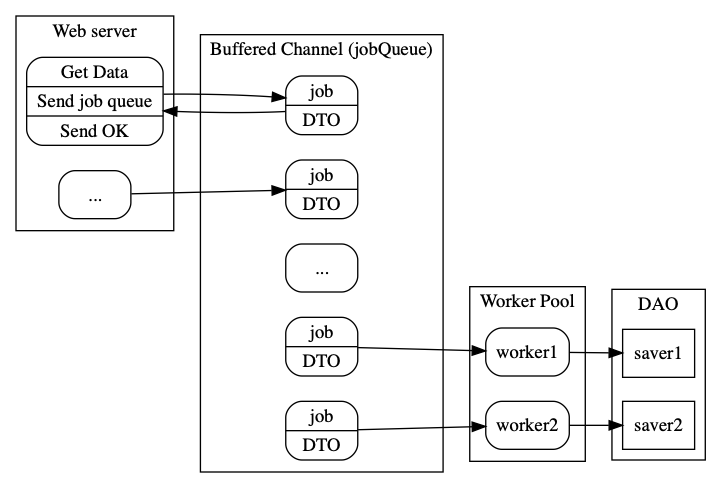
This is doc/assets/worker.png from owulveryck/api-repository, a Graphviz export, as it was before one commit. Its source is kept beside it as doc/assets/worker.dot. Source of this version:
```dot
digraph G {
    rankdir="LR";
     bgcolor= transparent;
    subgraph cluster_handler {
        label="Web server";
        node [shape="Mrecord"; label="Get Data|Send job queue|Send OK"];
        handler1;
        handler2 [label="..."];
    }
    subgraph cluster_channel {
        rankdir=TD;
        label="Buffered Channel (jobQueue)";
        node [shape="Mrecord";label="job|DTO"];
        {
              rank = same;
              job1;
              job2;
        }
        {
              rank = same;
              job5 [ label="..."];
        }
        {
              rank = same;
              job9;
              job10;
        }
    }
    subgraph cluster_pool {
          label="Worker Pool";
          node [shape="Mrecord"];
          worker1;
          worker2;
    }
    subgraph cluster_dao {
          label="DAO";
          node [shape="box"];
          saver1;
          saver2;
    }

    concentrate=true;
    handler1 -> job1;
    job1 -> handler1;
    handler2 -> job2;

    job9 -> worker1;
    job10 -> worker2;


    worker1 -> saver1;
    worker2 -> saver2;
}
```
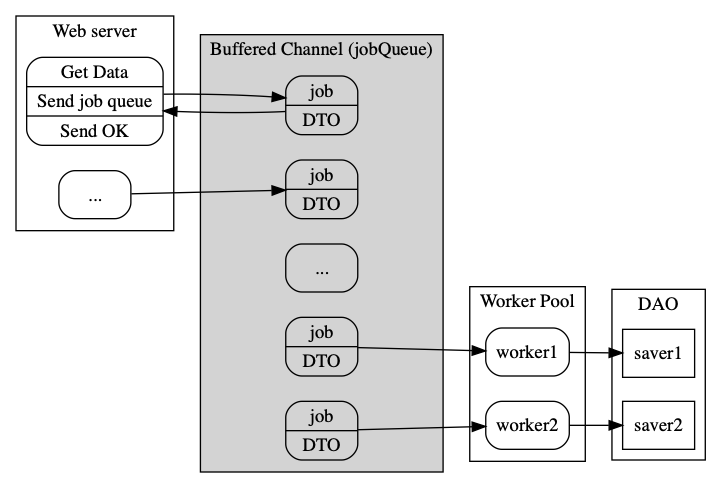
The same diagram one commit later.

The edit, as a diff of the source:
```diff
@@ -10,6 +10,7 @@
     subgraph cluster_channel {
         rankdir=TD;
         label="Buffered Channel (jobQueue)";
+        bgcolor=lightgrey;
         node [shape="Mrecord";label="job|DTO"];
         {
               rank = same;
@@ -44,9 +45,8 @@
     job1 -> handler1;
     handler2 -> job2;
 
-    job9 -> worker1;
+    job9 -> worker1 [ltail=cluster_channel,lhead=cluster_pool];
     job10 -> worker2;
-
 
     worker1 -> saver1;
     worker2 -> saver2;
```
